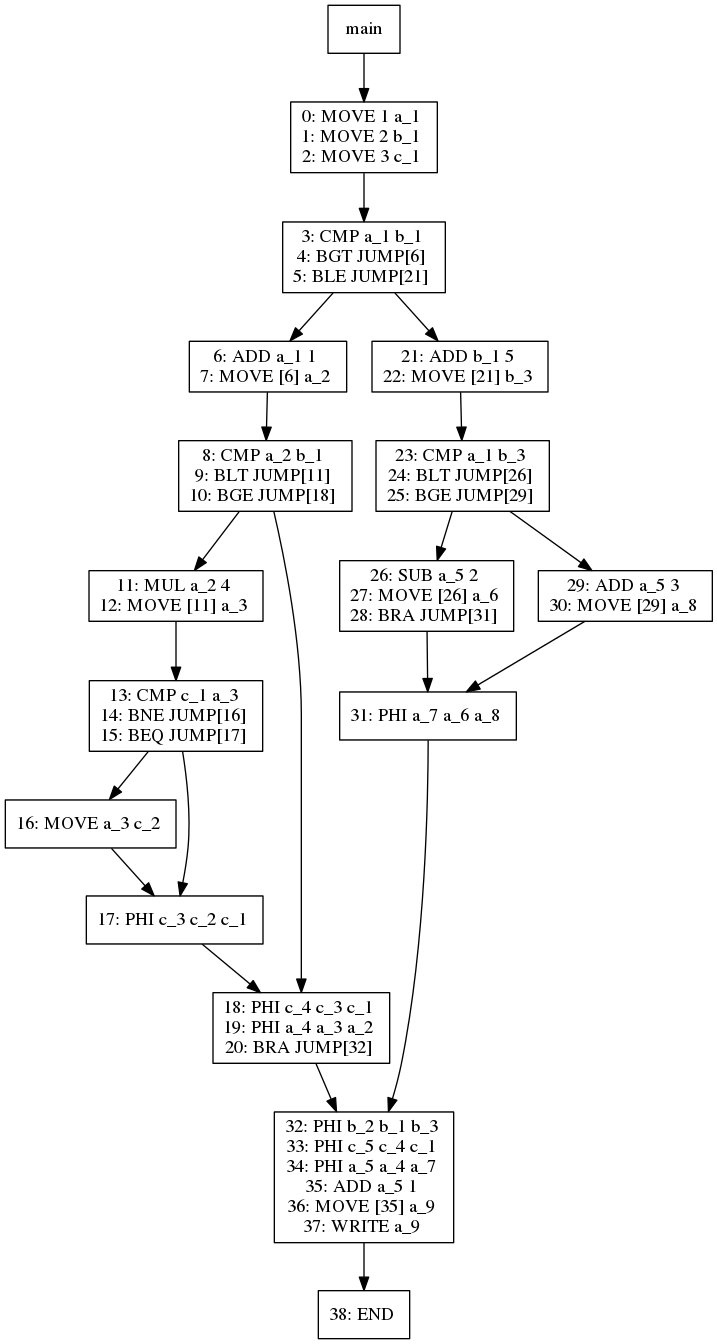
Above: viz/test009.dot.png in jiahanwang/PL241-Compiler (Graphviz), before the change. Its source is kept beside it as viz/test009.dot.
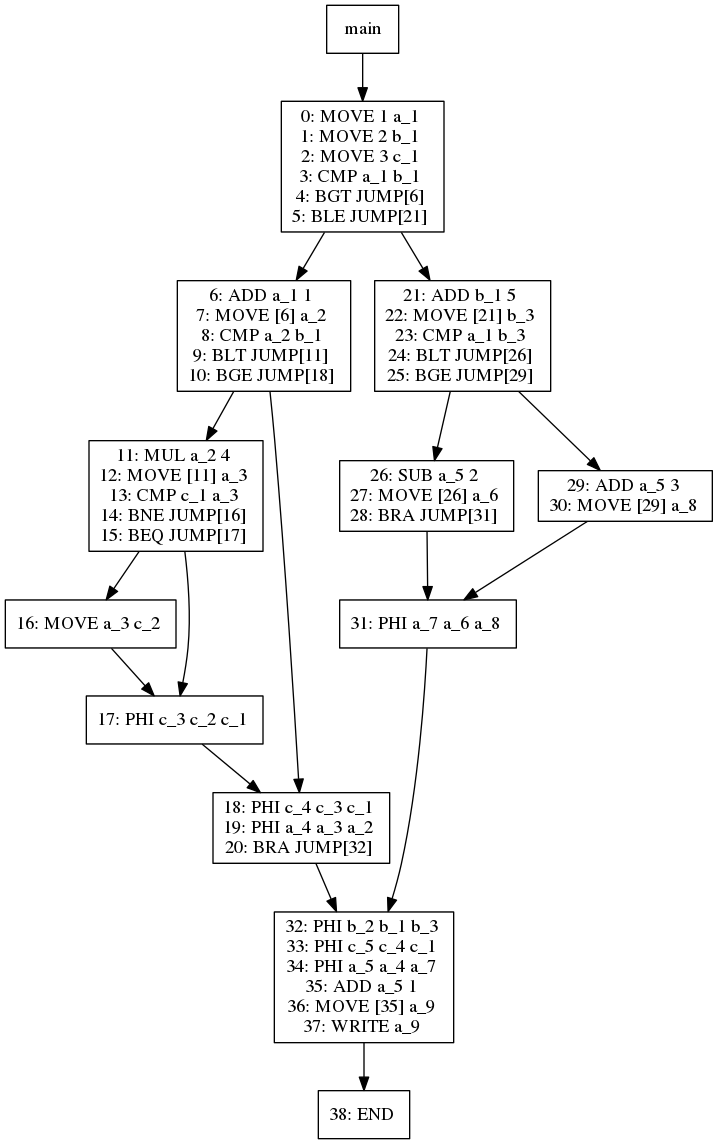
Above is the later version.

Diff of the diagram source:
```diff
@@ -5,31 +5,25 @@
 3[label="0: MOVE 1 a_1
 1: MOVE 2 b_1
 2: MOVE 3 c_1
-"]
-3 -> 6
-6[label="3: CMP a_1 b_1
+3: CMP a_1 b_1
 4: BGT JUMP[6]
 5: BLE JUMP[21]
 "]
-6 -> 8
+3 -> 8
 8[label="6: ADD a_1 1
 7: MOVE [6] a_2
-"]
-8 -> 9
-9[label="8: CMP a_2 b_1
+8: CMP a_2 b_1
 9: BLT JUMP[11]
 10: BGE JUMP[18]
 "]
-9 -> 11
+8 -> 11
 11[label="11: MUL a_2 4
 12: MOVE [11] a_3
-"]
-11 -> 12
-12[label="13: CMP c_1 a_3
+13: CMP c_1 a_3
 14: BNE JUMP[16]
 15: BEQ JUMP[17]
 "]
-12 -> 14
+11 -> 14
 14[label="16: MOVE a_3 c_2
 "]
 14 -> 13
@@ -51,18 +45,16 @@
 7 -> 22
 22[label="38: END
 "]
-12 -> 13
-9 -> 10
-6 -> 15
+11 -> 13
+8 -> 10
+3 -> 15
 15[label="21: ADD b_1 5
 22: MOVE [21] b_3
-"]
-15 -> 16
-16[label="23: CMP a_1 b_3
+23: CMP a_1 b_3
 24: BLT JUMP[26]
 25: BGE JUMP[29]
 "]
-16 -> 18
+15 -> 18
 18[label="26: SUB a_5 2
 27: MOVE [26] a_6
 28: BRA JUMP[31]
@@ -71,7 +63,7 @@
 17[label="31: PHI a_7 a_6 a_8
 "]
 17 -> 7
-16 -> 19
+15 -> 19
 19[label="29: ADD a_5 3
 30: MOVE [29] a_8
 "]
```
